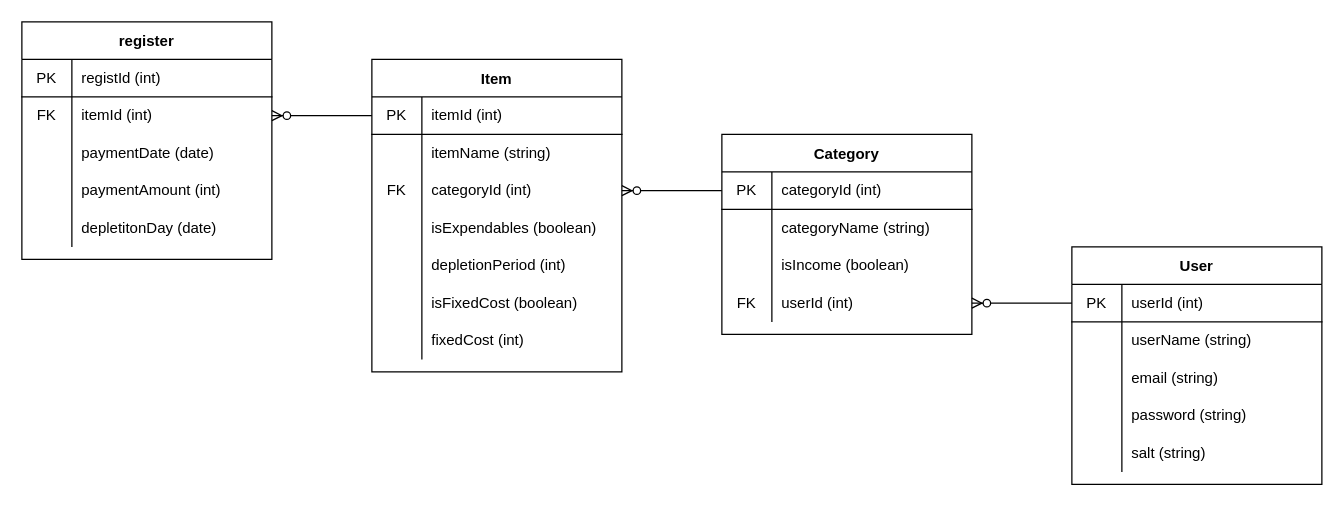
Before: ER_diagram.drawio in jima-r20/money-management-app-backend, a draw.io diagram. Source tidied: cells renumbered, new cells numbered last; positions are measured from the earlier drawing's top-left corner, leaving out a move shared by most shapes. Both pictures are drawn from the tidied source at 125%, with x=0, y=0 at pixel (21, 21).
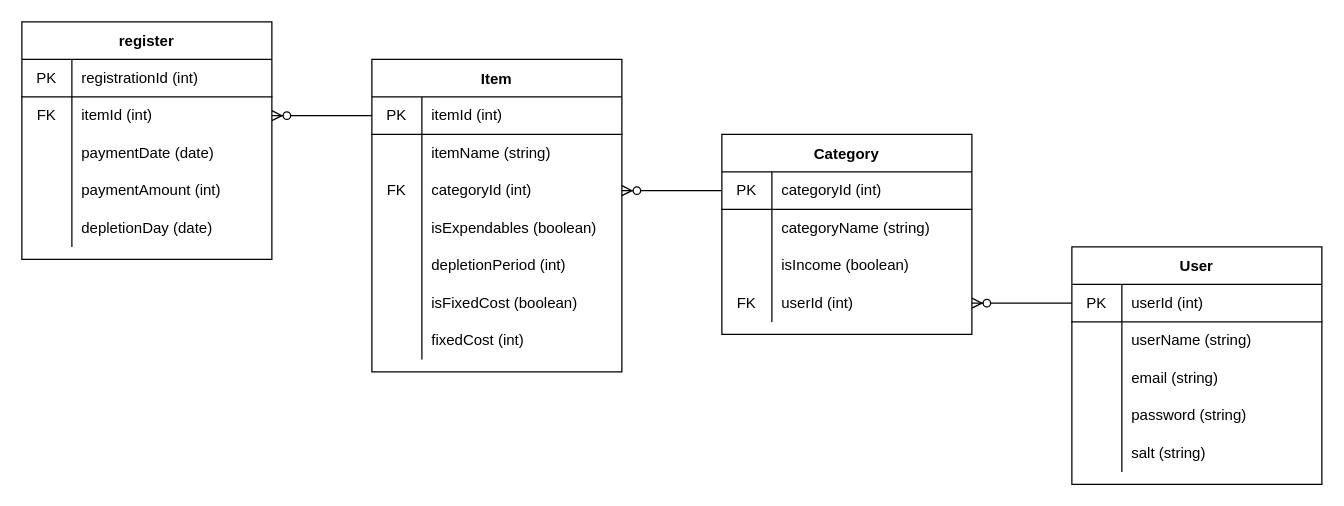
The same page after the edit.

The change refers to these unchanged cells:
```xml
<mxCell id="54" style="shape=partialRectangle;html=1;whiteSpace=wrap;fillColor=none;top=0;left=0;bottom=1;right=0;" parent="53" vertex="1">
  <mxGeometry y="30" width="200" height="30" as="geometry" />
</mxCell>
<mxCell id="66" style="shape=partialRectangle;html=1;whiteSpace=wrap;fillColor=none;top=0;left=0;bottom=0;right=0;" parent="53" vertex="1">
  <mxGeometry y="150" width="200" height="30" as="geometry" />
</mxCell>
```

What changed in the source:
```diff
@@
-    <mxCell id="56" value="registId (int)" style="shape=partialRectangle;html=1;whiteSpace=wrap;fillColor=none;top=0;left=0;bottom=0;right=0;align=left;spacingLeft=6;overflow=hidden;" parent="54" vertex="1">
+    <mxCell id="56" value="registrationId (int)" style="shape=partialRectangle;html=1;whiteSpace=wrap;fillColor=none;top=0;left=0;bottom=0;right=0;align=left;spacingLeft=6;overflow=hidden;" parent="54" vertex="1">
       <mxGeometry x="40" width="160" height="30" as="geometry" />
     </mxCell>
@@
-    <mxCell id="68" value="depletitonDay (date)" style="shape=partialRectangle;html=1;whiteSpace=wrap;fillColor=none;top=0;left=0;bottom=0;right=0;align=left;spacingLeft=6;overflow=hidden;" parent="66" vertex="1">
+    <mxCell id="68" value="depletionDay (date)" style="shape=partialRectangle;html=1;whiteSpace=wrap;fillColor=none;top=0;left=0;bottom=0;right=0;align=left;spacingLeft=6;overflow=hidden;" parent="66" vertex="1">
       <mxGeometry x="40" width="160" height="30" as="geometry" />
     </mxCell>
```
